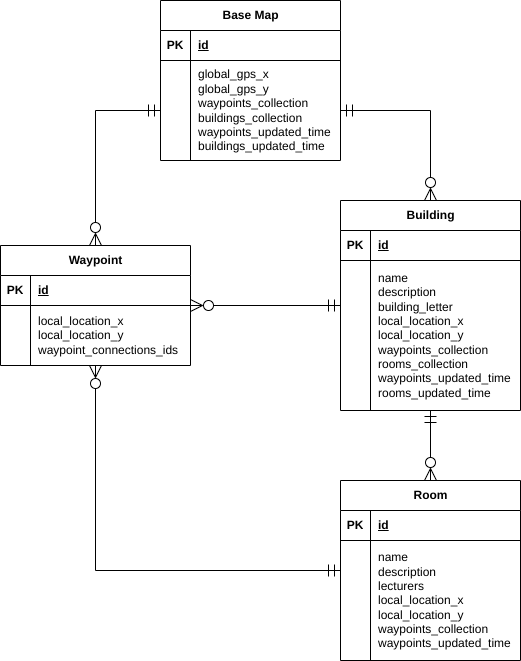
Above: graphs/DatabaseDiagram.drawio.png in NotYetTerminal/Interactive-Map-SETU-Carlow (draw.io), before the change. Source tidied: cells renumbered, new cells last; positions are measured from the earlier drawing's top-left corner, leaving out a move shared by most shapes. Its diagram source:
```xml
<mxGraphModel>
  <root>
    <mxCell id="0" />
    <mxCell id="1" parent="0" />
    <mxCell id="2" value="Base Map" style="shape=table;startSize=30;rowLines=0;fontStyle=1;align=center;html=1;" parent="1" vertex="1">
      <mxGeometry x="160" width="180" height="160" as="geometry" />
    </mxCell>
    <mxCell id="3" style="shape=tableRow;horizontal=0;startSize=0;swimlaneHead=0;swimlaneBody=0;fillColor=none;top=0;left=0;right=0;bottom=1;" parent="2" vertex="1">
      <mxGeometry y="30" width="180" height="30" as="geometry" />
    </mxCell>
    <mxCell id="4" value="PK" style="shape=partialRectangle;fillColor=none;top=0;left=0;bottom=0;right=0;fontStyle=1;overflow=hidden;whiteSpace=wrap;html=1;" parent="3" vertex="1">
      <mxGeometry width="30" height="30" as="geometry" />
    </mxCell>
    <mxCell id="5" value="id" style="shape=partialRectangle;fillColor=none;top=0;left=0;bottom=0;right=0;align=left;spacingLeft=6;fontStyle=5;overflow=hidden;whiteSpace=wrap;html=1;" parent="3" vertex="1">
      <mxGeometry x="30" width="150" height="30" as="geometry" />
    </mxCell>
    <mxCell id="6" style="shape=tableRow;horizontal=0;startSize=0;swimlaneHead=0;swimlaneBody=0;fillColor=none;points=[[0,0.5],[1,0.5]];portConstraint=eastwest;top=0;left=0;right=0;bottom=0;" parent="2" vertex="1">
      <mxGeometry y="60" width="180" height="100" as="geometry" />
    </mxCell>
    <mxCell id="7" style="shape=partialRectangle;fillColor=none;top=0;left=0;bottom=0;right=0;overflow=hidden;whiteSpace=wrap;html=1;" parent="6" vertex="1">
      <mxGeometry width="30" height="100" as="geometry" />
    </mxCell>
    <mxCell id="8" value="global_gps_x&lt;div&gt;global_gps_y&lt;br&gt;&lt;/div&gt;&lt;div&gt;waypoints_collection&lt;/div&gt;&lt;div&gt;buildings_collection&lt;/div&gt;&lt;div&gt;waypoints_updated_time&lt;/div&gt;&lt;div&gt;buildings_updated_time&lt;/div&gt;" style="shape=partialRectangle;fillColor=none;top=0;left=0;bottom=0;right=0;align=left;spacingLeft=6;overflow=hidden;whiteSpace=wrap;html=1;" parent="6" vertex="1">
      <mxGeometry x="30" width="150" height="100" as="geometry" />
    </mxCell>
    <mxCell id="9" value="Waypoint" style="shape=table;startSize=30;rowLines=0;fontStyle=1;align=center;html=1;" parent="1" vertex="1">
      <mxGeometry y="245" width="190" height="120" as="geometry" />
    </mxCell>
    <mxCell id="10" style="shape=tableRow;horizontal=0;startSize=0;swimlaneHead=0;swimlaneBody=0;fillColor=none;top=0;left=0;right=0;bottom=1;" parent="9" vertex="1">
      <mxGeometry y="30" width="190" height="30" as="geometry" />
    </mxCell>
    <mxCell id="11" value="PK" style="shape=partialRectangle;fillColor=none;top=0;left=0;bottom=0;right=0;fontStyle=1;overflow=hidden;whiteSpace=wrap;html=1;" parent="10" vertex="1">
      <mxGeometry width="30" height="30" as="geometry" />
    </mxCell>
    <mxCell id="12" value="id" style="shape=partialRectangle;fillColor=none;top=0;left=0;bottom=0;right=0;align=left;spacingLeft=6;fontStyle=5;overflow=hidden;whiteSpace=wrap;html=1;" parent="10" vertex="1">
      <mxGeometry x="30" width="160" height="30" as="geometry" />
    </mxCell>
    <mxCell id="13" style="shape=tableRow;horizontal=0;startSize=0;swimlaneHead=0;swimlaneBody=0;fillColor=none;top=0;left=0;right=0;bottom=0;" parent="9" vertex="1">
      <mxGeometry y="60" width="190" height="60" as="geometry" />
    </mxCell>
    <mxCell id="14" style="shape=partialRectangle;fillColor=none;top=0;left=0;bottom=0;right=0;overflow=hidden;whiteSpace=wrap;html=1;" parent="13" vertex="1">
      <mxGeometry width="30" height="60" as="geometry" />
    </mxCell>
    <mxCell id="15" value="local_location_x&lt;div&gt;local_location_y&lt;br&gt;&lt;/div&gt;&lt;div&gt;waypoint_connections_ids&lt;/div&gt;" style="shape=partialRectangle;fillColor=none;top=0;left=0;bottom=0;right=0;align=left;spacingLeft=6;overflow=hidden;whiteSpace=wrap;html=1;" parent="13" vertex="1">
      <mxGeometry x="30" width="160" height="60" as="geometry" />
    </mxCell>
    <mxCell id="16" value="Room" style="shape=table;startSize=30;rowLines=0;fontStyle=1;align=center;html=1;" parent="1" vertex="1">
      <mxGeometry x="340" y="480" width="180" height="180" as="geometry" />
    </mxCell>
    <mxCell id="17" style="shape=tableRow;horizontal=0;startSize=0;swimlaneHead=0;swimlaneBody=0;fillColor=none;top=0;left=0;right=0;bottom=1;" parent="16" vertex="1">
      <mxGeometry y="30" width="180" height="30" as="geometry" />
    </mxCell>
    <mxCell id="18" value="PK" style="shape=partialRectangle;fillColor=none;top=0;left=0;bottom=0;right=0;fontStyle=1;overflow=hidden;whiteSpace=wrap;html=1;" parent="17" vertex="1">
      <mxGeometry width="30" height="30" as="geometry" />
    </mxCell>
    <mxCell id="19" value="id" style="shape=partialRectangle;fillColor=none;top=0;left=0;bottom=0;right=0;align=left;spacingLeft=6;fontStyle=5;overflow=hidden;whiteSpace=wrap;html=1;" parent="17" vertex="1">
      <mxGeometry x="30" width="150" height="30" as="geometry" />
    </mxCell>
    <mxCell id="20" style="shape=tableRow;horizontal=0;startSize=0;swimlaneHead=0;swimlaneBody=0;fillColor=none;top=0;left=0;right=0;bottom=0;" parent="16" vertex="1">
      <mxGeometry y="60" width="180" height="120" as="geometry" />
    </mxCell>
    <mxCell id="21" style="shape=partialRectangle;fillColor=none;top=0;left=0;bottom=0;right=0;overflow=hidden;whiteSpace=wrap;html=1;" parent="20" vertex="1">
      <mxGeometry width="30" height="120" as="geometry" />
    </mxCell>
    <mxCell id="22" value="&lt;div&gt;name&lt;/div&gt;&lt;div&gt;description&lt;/div&gt;&lt;div&gt;lecturers&lt;/div&gt;local_location_x&lt;div&gt;local_location_y&lt;br&gt;&lt;/div&gt;&lt;div&gt;waypoints_collection&lt;/div&gt;&lt;div&gt;waypoints_updated_time&lt;/div&gt;" style="shape=partialRectangle;fillColor=none;top=0;left=0;bottom=0;right=0;align=left;spacingLeft=6;overflow=hidden;whiteSpace=wrap;html=1;" parent="20" vertex="1">
      <mxGeometry x="30" width="150" height="120" as="geometry" />
    </mxCell>
    <mxCell id="23" value="Building" style="shape=table;startSize=30;rowLines=0;fontStyle=1;align=center;html=1;" parent="1" vertex="1">
      <mxGeometry x="340" y="200" width="180" height="210" as="geometry" />
    </mxCell>
    <mxCell id="24" style="shape=tableRow;horizontal=0;startSize=0;swimlaneHead=0;swimlaneBody=0;fillColor=none;top=0;left=0;right=0;bottom=1;" parent="23" vertex="1">
      <mxGeometry y="30" width="180" height="30" as="geometry" />
    </mxCell>
    <mxCell id="25" value="PK" style="shape=partialRectangle;fillColor=none;top=0;left=0;bottom=0;right=0;fontStyle=1;overflow=hidden;whiteSpace=wrap;html=1;" parent="24" vertex="1">
      <mxGeometry width="30" height="30" as="geometry" />
    </mxCell>
    <mxCell id="26" value="id" style="shape=partialRectangle;fillColor=none;top=0;left=0;bottom=0;right=0;align=left;spacingLeft=6;fontStyle=5;overflow=hidden;whiteSpace=wrap;html=1;" parent="24" vertex="1">
      <mxGeometry x="30" width="150" height="30" as="geometry" />
    </mxCell>
    <mxCell id="27" style="shape=tableRow;horizontal=0;startSize=0;swimlaneHead=0;swimlaneBody=0;fillColor=none;top=0;left=0;right=0;bottom=0;" parent="23" vertex="1">
      <mxGeometry y="60" width="180" height="150" as="geometry" />
    </mxCell>
    <mxCell id="28" style="shape=partialRectangle;fillColor=none;top=0;left=0;bottom=0;right=0;overflow=hidden;whiteSpace=wrap;html=1;" parent="27" vertex="1">
      <mxGeometry width="30" height="150" as="geometry" />
    </mxCell>
    <mxCell id="29" value="&lt;div&gt;name&lt;/div&gt;&lt;div&gt;description&lt;/div&gt;&lt;div&gt;building_letter&lt;/div&gt;local_location_x&lt;div&gt;local_location_y&lt;br&gt;&lt;/div&gt;&lt;div&gt;waypoints_collection&lt;/div&gt;&lt;div&gt;rooms_collection&lt;/div&gt;&lt;div&gt;waypoints_updated_time&lt;/div&gt;&lt;div&gt;rooms_updated_time&lt;/div&gt;" style="shape=partialRectangle;fillColor=none;top=0;left=0;bottom=0;right=0;align=left;spacingLeft=6;overflow=hidden;whiteSpace=wrap;html=1;" parent="27" vertex="1">
      <mxGeometry x="30" width="150" height="150" as="geometry" />
    </mxCell>
    <mxCell id="30" style="fontSize=12;html=1;endArrow=ERzeroToMany;rounded=0;edgeStyle=orthogonalEdgeStyle;strokeWidth=1;targetPerimeterSpacing=0;endSize=10;startArrow=ERmandOne;startFill=0;startSize=10;endFill=0;" parent="1" edge="1" source="6" target="23">
      <mxGeometry relative="1" as="geometry" />
    </mxCell>
    <mxCell id="31" style="fontSize=12;html=1;endArrow=ERzeroToMany;rounded=0;edgeStyle=orthogonalEdgeStyle;strokeWidth=1;targetPerimeterSpacing=0;endSize=10;endFill=0;startArrow=ERmandOne;startFill=0;startSize=10;" parent="1" edge="1" source="6" target="9">
      <mxGeometry relative="1" as="geometry" />
    </mxCell>
    <mxCell id="32" style="fontSize=12;html=1;endArrow=ERzeroToMany;rounded=0;edgeStyle=orthogonalEdgeStyle;strokeWidth=1;targetPerimeterSpacing=0;endSize=10;endFill=0;startArrow=ERmandOne;startFill=0;startSize=10;" parent="1" edge="1" source="23" target="9">
      <mxGeometry relative="1" as="geometry" />
    </mxCell>
    <mxCell id="33" style="fontSize=12;html=1;endArrow=ERzeroToMany;rounded=0;edgeStyle=orthogonalEdgeStyle;strokeWidth=1;targetPerimeterSpacing=0;endSize=10;endFill=0;startArrow=ERmandOne;startFill=0;startSize=10;" parent="1" edge="1" source="23" target="16">
      <mxGeometry relative="1" as="geometry" />
    </mxCell>
    <mxCell id="34" style="fontSize=12;html=1;endArrow=ERzeroToMany;rounded=0;edgeStyle=orthogonalEdgeStyle;strokeWidth=1;targetPerimeterSpacing=0;endSize=10;endFill=0;startArrow=ERmandOne;startFill=0;startSize=10;" parent="1" edge="1" source="16" target="9">
      <mxGeometry relative="1" as="geometry" />
    </mxCell>
  </root>
</mxGraphModel>
```
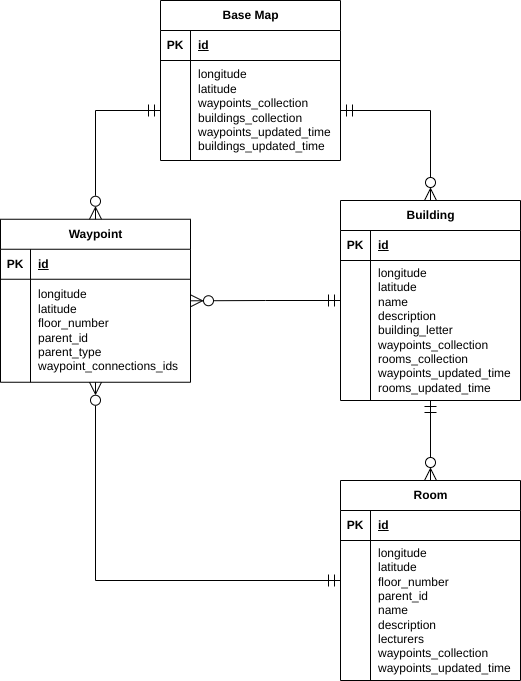
The same diagram one commit later.

Commit message:
Updated database design

Change to the diagram source:
```diff
@@ -20,11 +20,11 @@
     <mxCell id="7" style="shape=partialRectangle;fillColor=none;top=0;left=0;bottom=0;right=0;overflow=hidden;whiteSpace=wrap;html=1;" parent="6" vertex="1">
       <mxGeometry width="30" height="100" as="geometry" />
     </mxCell>
-    <mxCell id="8" value="global_gps_x&lt;div&gt;global_gps_y&lt;br&gt;&lt;/div&gt;&lt;div&gt;waypoints_collection&lt;/div&gt;&lt;div&gt;buildings_collection&lt;/div&gt;&lt;div&gt;waypoints_updated_time&lt;/div&gt;&lt;div&gt;buildings_updated_time&lt;/div&gt;" style="shape=partialRectangle;fillColor=none;top=0;left=0;bottom=0;right=0;align=left;spacingLeft=6;overflow=hidden;whiteSpace=wrap;html=1;" parent="6" vertex="1">
+    <mxCell id="8" value="longitude&lt;div&gt;latitude&lt;br&gt;&lt;/div&gt;&lt;div&gt;waypoints_collection&lt;/div&gt;&lt;div&gt;buildings_collection&lt;/div&gt;&lt;div&gt;waypoints_updated_time&lt;/div&gt;&lt;div&gt;buildings_updated_time&lt;/div&gt;" style="shape=partialRectangle;fillColor=none;top=0;left=0;bottom=0;right=0;align=left;spacingLeft=6;overflow=hidden;whiteSpace=wrap;html=1;" parent="6" vertex="1">
       <mxGeometry x="30" width="150" height="100" as="geometry" />
     </mxCell>
     <mxCell id="9" value="Waypoint" style="shape=table;startSize=30;rowLines=0;fontStyle=1;align=center;html=1;" parent="1" vertex="1">
-      <mxGeometry y="245" width="190" height="120" as="geometry" />
+      <mxGeometry y="218.8" width="190" height="163" as="geometry" />
     </mxCell>
     <mxCell id="10" style="shape=tableRow;horizontal=0;startSize=0;swimlaneHead=0;swimlaneBody=0;fillColor=none;top=0;left=0;right=0;bottom=1;" parent="9" vertex="1">
       <mxGeometry y="30" width="190" height="30" as="geometry" />
@@ -36,16 +36,16 @@
       <mxGeometry x="30" width="160" height="30" as="geometry" />
     </mxCell>
     <mxCell id="13" style="shape=tableRow;horizontal=0;startSize=0;swimlaneHead=0;swimlaneBody=0;fillColor=none;top=0;left=0;right=0;bottom=0;" parent="9" vertex="1">
-      <mxGeometry y="60" width="190" height="60" as="geometry" />
+      <mxGeometry y="60" width="190" height="103" as="geometry" />
     </mxCell>
     <mxCell id="14" style="shape=partialRectangle;fillColor=none;top=0;left=0;bottom=0;right=0;overflow=hidden;whiteSpace=wrap;html=1;" parent="13" vertex="1">
-      <mxGeometry width="30" height="60" as="geometry" />
+      <mxGeometry width="30" height="103" as="geometry" />
     </mxCell>
-    <mxCell id="15" value="local_location_x&lt;div&gt;local_location_y&lt;br&gt;&lt;/div&gt;&lt;div&gt;waypoint_connections_ids&lt;/div&gt;" style="shape=partialRectangle;fillColor=none;top=0;left=0;bottom=0;right=0;align=left;spacingLeft=6;overflow=hidden;whiteSpace=wrap;html=1;" parent="13" vertex="1">
-      <mxGeometry x="30" width="160" height="60" as="geometry" />
+    <mxCell id="15" value="&lt;div&gt;longitude&lt;/div&gt;&lt;div&gt;latitude&lt;br&gt;&lt;/div&gt;&lt;div&gt;floor_number&lt;/div&gt;&lt;div&gt;parent_id&lt;/div&gt;&lt;div&gt;parent_type&lt;/div&gt;&lt;div&gt;waypoint_connections_ids&lt;/div&gt;" style="shape=partialRectangle;fillColor=none;top=0;left=0;bottom=0;right=0;align=left;spacingLeft=6;overflow=hidden;whiteSpace=wrap;html=1;" parent="13" vertex="1">
+      <mxGeometry x="30" width="160" height="103" as="geometry" />
     </mxCell>
     <mxCell id="16" value="Room" style="shape=table;startSize=30;rowLines=0;fontStyle=1;align=center;html=1;" parent="1" vertex="1">
-      <mxGeometry x="340" y="480" width="180" height="180" as="geometry" />
+      <mxGeometry x="340" y="480" width="180" height="200" as="geometry" />
     </mxCell>
     <mxCell id="17" style="shape=tableRow;horizontal=0;startSize=0;swimlaneHead=0;swimlaneBody=0;fillColor=none;top=0;left=0;right=0;bottom=1;" parent="16" vertex="1">
       <mxGeometry y="30" width="180" height="30" as="geometry" />
@@ -57,16 +57,16 @@
       <mxGeometry x="30" width="150" height="30" as="geometry" />
     </mxCell>
     <mxCell id="20" style="shape=tableRow;horizontal=0;startSize=0;swimlaneHead=0;swimlaneBody=0;fillColor=none;top=0;left=0;right=0;bottom=0;" parent="16" vertex="1">
-      <mxGeometry y="60" width="180" height="120" as="geometry" />
+      <mxGeometry y="60" width="180" height="140" as="geometry" />
     </mxCell>
     <mxCell id="21" style="shape=partialRectangle;fillColor=none;top=0;left=0;bottom=0;right=0;overflow=hidden;whiteSpace=wrap;html=1;" parent="20" vertex="1">
-      <mxGeometry width="30" height="120" as="geometry" />
+      <mxGeometry width="30" height="140" as="geometry" />
     </mxCell>
-    <mxCell id="22" value="&lt;div&gt;name&lt;/div&gt;&lt;div&gt;description&lt;/div&gt;&lt;div&gt;lecturers&lt;/div&gt;local_location_x&lt;div&gt;local_location_y&lt;br&gt;&lt;/div&gt;&lt;div&gt;waypoints_collection&lt;/div&gt;&lt;div&gt;waypoints_updated_time&lt;/div&gt;" style="shape=partialRectangle;fillColor=none;top=0;left=0;bottom=0;right=0;align=left;spacingLeft=6;overflow=hidden;whiteSpace=wrap;html=1;" parent="20" vertex="1">
-      <mxGeometry x="30" width="150" height="120" as="geometry" />
+    <mxCell id="22" value="&lt;div&gt;longitude&lt;/div&gt;&lt;div&gt;latitude&lt;br&gt;&lt;/div&gt;&lt;div&gt;&lt;span style=&quot;background-color: initial;&quot;&gt;floor_number&lt;/span&gt;&lt;/div&gt;&lt;div&gt;&lt;span style=&quot;background-color: initial;&quot;&gt;parent_id&lt;/span&gt;&lt;/div&gt;&lt;div&gt;name&lt;/div&gt;&lt;div&gt;description&lt;/div&gt;&lt;div&gt;lecturers&lt;/div&gt;&lt;div&gt;&lt;/div&gt;&lt;div&gt;waypoints_collection&lt;/div&gt;&lt;div&gt;waypoints_updated_time&lt;/div&gt;" style="shape=partialRectangle;fillColor=none;top=0;left=0;bottom=0;right=0;align=left;spacingLeft=6;overflow=hidden;whiteSpace=wrap;html=1;" parent="20" vertex="1">
+      <mxGeometry x="30" width="150" height="140" as="geometry" />
     </mxCell>
     <mxCell id="23" value="Building" style="shape=table;startSize=30;rowLines=0;fontStyle=1;align=center;html=1;" parent="1" vertex="1">
-      <mxGeometry x="340" y="200" width="180" height="210" as="geometry" />
+      <mxGeometry x="340" y="200" width="180" height="200" as="geometry" />
     </mxCell>
     <mxCell id="24" style="shape=tableRow;horizontal=0;startSize=0;swimlaneHead=0;swimlaneBody=0;fillColor=none;top=0;left=0;right=0;bottom=1;" parent="23" vertex="1">
       <mxGeometry y="30" width="180" height="30" as="geometry" />
@@ -78,13 +78,13 @@
       <mxGeometry x="30" width="150" height="30" as="geometry" />
     </mxCell>
     <mxCell id="27" style="shape=tableRow;horizontal=0;startSize=0;swimlaneHead=0;swimlaneBody=0;fillColor=none;top=0;left=0;right=0;bottom=0;" parent="23" vertex="1">
-      <mxGeometry y="60" width="180" height="150" as="geometry" />
+      <mxGeometry y="60" width="180" height="140" as="geometry" />
     </mxCell>
     <mxCell id="28" style="shape=partialRectangle;fillColor=none;top=0;left=0;bottom=0;right=0;overflow=hidden;whiteSpace=wrap;html=1;" parent="27" vertex="1">
-      <mxGeometry width="30" height="150" as="geometry" />
+      <mxGeometry width="30" height="140" as="geometry" />
     </mxCell>
-    <mxCell id="29" value="&lt;div&gt;name&lt;/div&gt;&lt;div&gt;description&lt;/div&gt;&lt;div&gt;building_letter&lt;/div&gt;local_location_x&lt;div&gt;local_location_y&lt;br&gt;&lt;/div&gt;&lt;div&gt;waypoints_collection&lt;/div&gt;&lt;div&gt;rooms_collection&lt;/div&gt;&lt;div&gt;waypoints_updated_time&lt;/div&gt;&lt;div&gt;rooms_updated_time&lt;/div&gt;" style="shape=partialRectangle;fillColor=none;top=0;left=0;bottom=0;right=0;align=left;spacingLeft=6;overflow=hidden;whiteSpace=wrap;html=1;" parent="27" vertex="1">
-      <mxGeometry x="30" width="150" height="150" as="geometry" />
+    <mxCell id="29" value="&lt;div&gt;&lt;div&gt;longitude&lt;/div&gt;&lt;div&gt;latitude&lt;/div&gt;&lt;/div&gt;&lt;div&gt;name&lt;/div&gt;&lt;div&gt;description&lt;/div&gt;&lt;div&gt;building_letter&lt;/div&gt;&lt;div&gt;waypoints_collection&lt;/div&gt;&lt;div&gt;rooms_collection&lt;/div&gt;&lt;div&gt;waypoints_updated_time&lt;/div&gt;&lt;div&gt;rooms_updated_time&lt;/div&gt;" style="shape=partialRectangle;fillColor=none;top=0;left=0;bottom=0;right=0;align=left;spacingLeft=6;overflow=hidden;whiteSpace=wrap;html=1;" parent="27" vertex="1">
+      <mxGeometry x="30" width="150" height="140" as="geometry" />
     </mxCell>
     <mxCell id="30" style="fontSize=12;html=1;endArrow=ERzeroToMany;rounded=0;edgeStyle=orthogonalEdgeStyle;strokeWidth=1;targetPerimeterSpacing=0;endSize=10;startArrow=ERmandOne;startFill=0;startSize=10;endFill=0;" parent="1" edge="1" source="6" target="23">
       <mxGeometry relative="1" as="geometry" />
```
